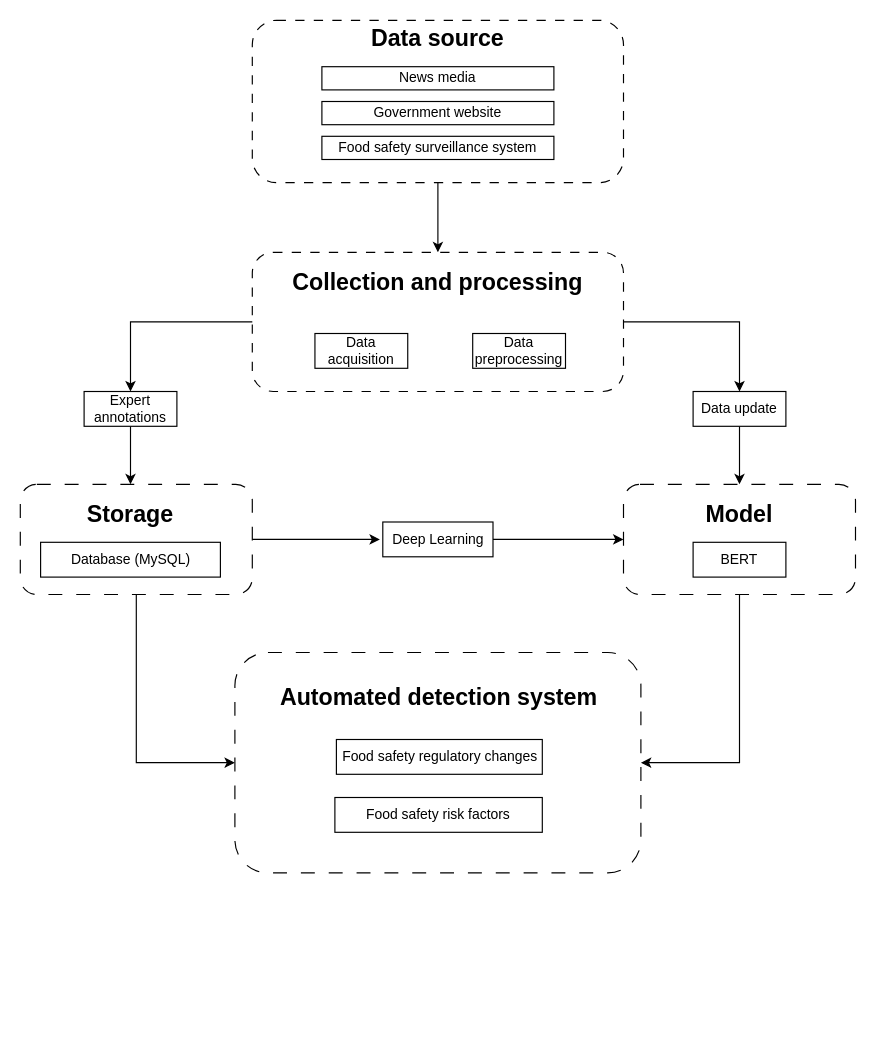
leobgz/Draw keeps this draw.io diagram as 1013流程图 的副本.drawio. Above is the earlier version. Source tidied: cells renumbered, new cells numbered last; positions are measured from the earlier drawing's top-left corner, leaving out a move shared by most shapes. Both pictures are drawn from the tidied source at 116%, with x=0, y=0 at pixel (20, 20).
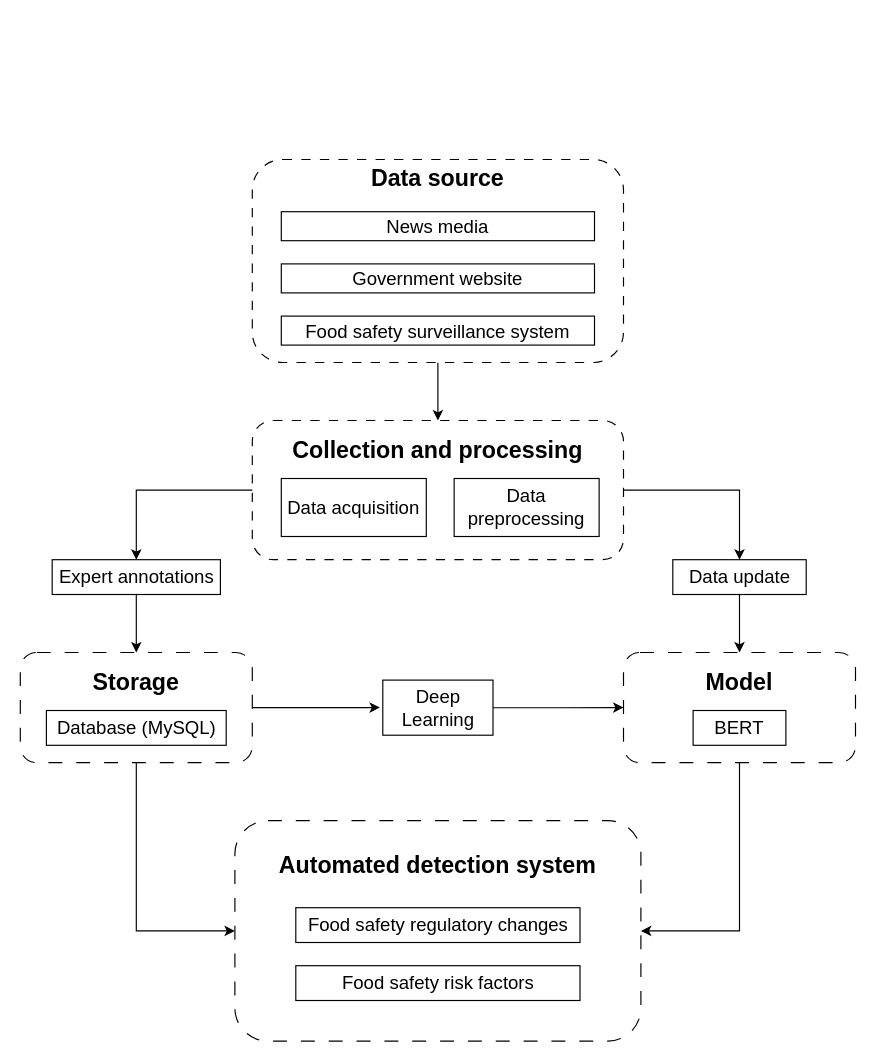
After the change.

Commit message:
更新1013流程图 的副本.drawio

What changed in the source:
```diff
@@
     <mxCell id="3" style="rounded=1;whiteSpace=wrap;html=1;dashed=1;dashPattern=8 8;" parent="1" vertex="1">
-      <mxGeometry x="200" width="320" height="140" as="geometry" />
+      <mxGeometry x="200" y="120" width="320" height="175" as="geometry" />
     </mxCell>
     <mxCell id="4" value="&lt;div style=&quot;font-size: 20px;&quot;&gt;&lt;font style=&quot;font-size: 20px;&quot;&gt;Data source&lt;/font&gt;&lt;/div&gt;" style="text;html=1;strokeColor=none;fillColor=none;align=center;verticalAlign=middle;whiteSpace=wrap;rounded=0;fontStyle=1;" parent="1" vertex="1">
-      <mxGeometry x="290" width="140" height="30" as="geometry" />
+      <mxGeometry x="290" y="120" width="140" height="30" as="geometry" />
     </mxCell>
-    <mxCell id="5" value="News media" style="rounded=0;whiteSpace=wrap;html=1;" parent="1" vertex="1">
-      <mxGeometry x="260" y="40" width="200" height="20" as="geometry" />
+    <mxCell id="5" value="&lt;font style=&quot;font-size: 16px;&quot;&gt;News media&lt;/font&gt;" style="rounded=0;whiteSpace=wrap;html=1;" parent="1" vertex="1">
+      <mxGeometry x="225" y="165" width="270" height="25" as="geometry" />
     </mxCell>
-    <mxCell id="6" value="Government website" style="rounded=0;whiteSpace=wrap;html=1;" parent="1" vertex="1">
-      <mxGeometry x="260" y="70" width="200" height="20" as="geometry" />
+    <mxCell id="6" value="&lt;font style=&quot;font-size: 16px;&quot;&gt;Government website&lt;/font&gt;" style="rounded=0;whiteSpace=wrap;html=1;" parent="1" vertex="1">
+      <mxGeometry x="225" y="210" width="270" height="25" as="geometry" />
     </mxCell>
-    <mxCell id="7" value="Food safety surveillance system" style="rounded=0;whiteSpace=wrap;html=1;" parent="1" vertex="1">
-      <mxGeometry x="260" y="100" width="200" height="20" as="geometry" />
+    <mxCell id="7" value="&lt;font style=&quot;font-size: 16px;&quot;&gt;Food safety surveillance system&lt;/font&gt;" style="rounded=0;whiteSpace=wrap;html=1;" parent="1" vertex="1">
+      <mxGeometry x="225" y="255" width="270" height="25" as="geometry" />
     </mxCell>
-    <mxCell id="8" style="edgeStyle=orthogonalEdgeStyle;rounded=0;jettySize=auto;html=1;entryX=0.5;entryY=0;entryDx=0;entryDy=0;" parent="1" edge="1" source="30" target="17">
-      <mxGeometry relative="1" as="geometry" />
-    </mxCell>
@@
     <mxCell id="10" style="rounded=1;whiteSpace=wrap;html=1;dashed=1;dashPattern=8 8;" parent="1" vertex="1">
-      <mxGeometry x="200" y="200" width="320" height="120" as="geometry" />
+      <mxGeometry x="200" y="345" width="320" height="120" as="geometry" />
     </mxCell>
     <mxCell id="11" value="&lt;div style=&quot;&quot;&gt;&lt;div style=&quot;&quot;&gt;&lt;font style=&quot;font-size: 20px;&quot;&gt;Collection and processing&lt;/font&gt;&lt;/div&gt;&lt;/div&gt;" style="text;html=1;strokeColor=none;fillColor=none;align=center;verticalAlign=middle;whiteSpace=wrap;rounded=0;fontStyle=1;" parent="1" vertex="1">
-      <mxGeometry x="215" y="200" width="290" height="50" as="geometry" />
+      <mxGeometry x="215" y="345" width="290" height="50" as="geometry" />
     </mxCell>
-    <mxCell id="12" value="&lt;div&gt;Data acquisition&lt;/div&gt;" style="rounded=0;whiteSpace=wrap;html=1;" parent="1" vertex="1">
-      <mxGeometry x="254" y="270" width="80" height="30" as="geometry" />
+    <mxCell id="12" value="&lt;div&gt;&lt;font style=&quot;font-size: 16px;&quot;&gt;Data acquisition&lt;/font&gt;&lt;/div&gt;" style="rounded=0;whiteSpace=wrap;html=1;" parent="1" vertex="1">
+      <mxGeometry x="225" y="395" width="125" height="50" as="geometry" />
     </mxCell>
-    <mxCell id="13" value="&lt;div&gt;Data preprocessing&lt;/div&gt;" style="rounded=0;whiteSpace=wrap;html=1;" parent="1" vertex="1">
-      <mxGeometry x="390" y="270" width="80" height="30" as="geometry" />
+    <mxCell id="13" value="&lt;div&gt;&lt;font style=&quot;font-size: 16px;&quot;&gt;Data preprocessing&lt;/font&gt;&lt;/div&gt;" style="rounded=0;whiteSpace=wrap;html=1;" parent="1" vertex="1">
+      <mxGeometry x="374" y="395" width="125" height="50" as="geometry" />
     </mxCell>
     <mxCell id="14" style="edgeStyle=orthogonalEdgeStyle;rounded=0;jettySize=auto;html=1;" parent="1" edge="1" source="16">
       <mxGeometry relative="1" as="geometry">
-        <mxPoint x="310" y="447.5" as="targetPoint" />
+        <mxPoint x="310" y="592.5" as="targetPoint" />
       </mxGeometry>
     </mxCell>
@@
     <mxCell id="16" style="rounded=1;whiteSpace=wrap;html=1;strokeColor=default;dashed=1;dashPattern=12 12;" parent="1" vertex="1">
-      <mxGeometry y="400" width="200" height="95" as="geometry" />
+      <mxGeometry y="545" width="200" height="95" as="geometry" />
     </mxCell>
     <mxCell id="17" value="&lt;font style=&quot;font-size: 20px;&quot;&gt;Storage&lt;/font&gt;" style="text;html=1;strokeColor=none;fillColor=none;align=center;verticalAlign=middle;whiteSpace=wrap;rounded=0;fontStyle=1;" parent="1" vertex="1">
-      <mxGeometry x="15" y="400" width="160" height="50" as="geometry" />
+      <mxGeometry x="20" y="545" width="160" height="50" as="geometry" />
     </mxCell>
-    <mxCell id="18" value="Database (MySQL)" style="rounded=0;whiteSpace=wrap;html=1;" parent="1" vertex="1">
-      <mxGeometry x="17.5" y="450" width="155" height="30" as="geometry" />
+    <mxCell id="18" value="&lt;font style=&quot;font-size: 16px;&quot;&gt;Database (MySQL)&lt;/font&gt;" style="rounded=0;whiteSpace=wrap;html=1;" parent="1" vertex="1">
+      <mxGeometry x="22.5" y="595" width="155" height="30" as="geometry" />
     </mxCell>
@@
     <mxCell id="20" style="rounded=1;whiteSpace=wrap;html=1;strokeColor=default;dashed=1;dashPattern=12 12;" parent="1" vertex="1">
-      <mxGeometry x="520" y="400" width="200" height="95" as="geometry" />
+      <mxGeometry x="520" y="545" width="200" height="95" as="geometry" />
     </mxCell>
     <mxCell id="21" value="&lt;font style=&quot;font-size: 20px;&quot;&gt;Model&lt;/font&gt;" style="text;html=1;strokeColor=none;fillColor=none;align=center;verticalAlign=middle;whiteSpace=wrap;rounded=0;fontStyle=1;" parent="1" vertex="1">
-      <mxGeometry x="540" y="400" width="160" height="50" as="geometry" />
+      <mxGeometry x="540" y="545" width="160" height="50" as="geometry" />
     </mxCell>
     <mxCell id="22" style="rounded=1;whiteSpace=wrap;html=1;strokeColor=default;dashed=1;dashPattern=12 12;" parent="1" vertex="1">
-      <mxGeometry x="185" y="545" width="350" height="190" as="geometry" />
+      <mxGeometry x="185" y="690" width="350" height="190" as="geometry" />
     </mxCell>
     <mxCell id="23" value="&lt;div&gt;&lt;font style=&quot;font-size: 20px;&quot;&gt;Automated detection system&lt;/font&gt;&lt;/div&gt;" style="text;html=1;strokeColor=none;fillColor=none;align=center;verticalAlign=middle;whiteSpace=wrap;rounded=0;fontStyle=1;" parent="1" vertex="1">
-      <mxGeometry x="200.6" y="560" width="320" height="45" as="geometry" />
+      <mxGeometry x="200" y="705" width="320" height="45" as="geometry" />
     </mxCell>
-    <mxCell id="24" value="&lt;div&gt;Food safety risk factors&lt;/div&gt;" style="rounded=0;whiteSpace=wrap;html=1;" parent="1" vertex="1">
-      <mxGeometry x="271.2" y="670" width="178.8" height="30" as="geometry" />
+    <mxCell id="24" value="&lt;div&gt;&lt;font style=&quot;font-size: 16px;&quot;&gt;Food safety risk factors&lt;/font&gt;&lt;/div&gt;" style="rounded=0;whiteSpace=wrap;html=1;" parent="1" vertex="1">
+      <mxGeometry x="237.5" y="815" width="245" height="30" as="geometry" />
     </mxCell>
@@
-    <mxCell id="26" value="Deep Learning" style="rounded=0;whiteSpace=wrap;html=1;" parent="1" vertex="1">
-      <mxGeometry x="312.5" y="432.5" width="95" height="30" as="geometry" />
+    <mxCell id="26" value="&lt;font style=&quot;font-size: 16px;&quot;&gt;Deep Learning&lt;/font&gt;" style="rounded=0;whiteSpace=wrap;html=1;" parent="1" vertex="1">
+      <mxGeometry x="312.5" y="568.8" width="95" height="47.5" as="geometry" />
     </mxCell>
@@
-    <mxCell id="28" value="&lt;div&gt;Data update&lt;/div&gt;" style="rounded=0;whiteSpace=wrap;html=1;" parent="1" vertex="1">
-      <mxGeometry x="580" y="320" width="80" height="30" as="geometry" />
+    <mxCell id="28" value="&lt;div&gt;&lt;font style=&quot;font-size: 16px;&quot;&gt;Data update&lt;/font&gt;&lt;/div&gt;" style="rounded=0;whiteSpace=wrap;html=1;" parent="1" vertex="1">
+      <mxGeometry x="562.5" y="465" width="115" height="30" as="geometry" />
     </mxCell>
@@
+    <mxCell id="33" style="edgeStyle=orthogonalEdgeStyle;rounded=0;jettySize=auto;html=1;entryX=0.5;entryY=0;entryDx=0;entryDy=0;" parent="1" edge="1" source="30" target="16">
+      <mxGeometry relative="1" as="geometry" />
+    </mxCell>
-    <mxCell id="30" value="&lt;div&gt;Expert annotations&lt;/div&gt;" style="rounded=0;whiteSpace=wrap;html=1;" parent="1" vertex="1">
-      <mxGeometry x="55" y="320" width="80" height="30" as="geometry" />
+    <mxCell id="30" value="&lt;div&gt;&lt;font style=&quot;font-size: 16px;&quot;&gt;Expert annotations&lt;/font&gt;&lt;/div&gt;" style="rounded=0;whiteSpace=wrap;html=1;" parent="1" vertex="1">
+      <mxGeometry x="27.5" y="465" width="145" height="30" as="geometry" />
     </mxCell>
-    <mxCell id="31" value="BERT" style="rounded=0;whiteSpace=wrap;html=1;" parent="1" vertex="1">
-      <mxGeometry x="580" y="450" width="80" height="30" as="geometry" />
+    <mxCell id="31" value="&lt;font style=&quot;font-size: 16px;&quot;&gt;BERT&lt;/font&gt;" style="rounded=0;whiteSpace=wrap;html=1;" parent="1" vertex="1">
+      <mxGeometry x="580" y="595" width="80" height="30" as="geometry" />
     </mxCell>
-    <mxCell id="32" value="&lt;div&gt;Food safety regulatory changes&lt;/div&gt;" style="rounded=0;whiteSpace=wrap;html=1;" parent="1" vertex="1">
-      <mxGeometry x="272.5" y="620" width="177.5" height="30" as="geometry" />
+    <mxCell id="32" value="&lt;div&gt;&lt;font style=&quot;font-size: 16px;&quot;&gt;Food safety regulatory changes&lt;/font&gt;&lt;/div&gt;" style="rounded=0;whiteSpace=wrap;html=1;" parent="1" vertex="1">
+      <mxGeometry x="237.5" y="765" width="245" height="30" as="geometry" />
     </mxCell>
```
